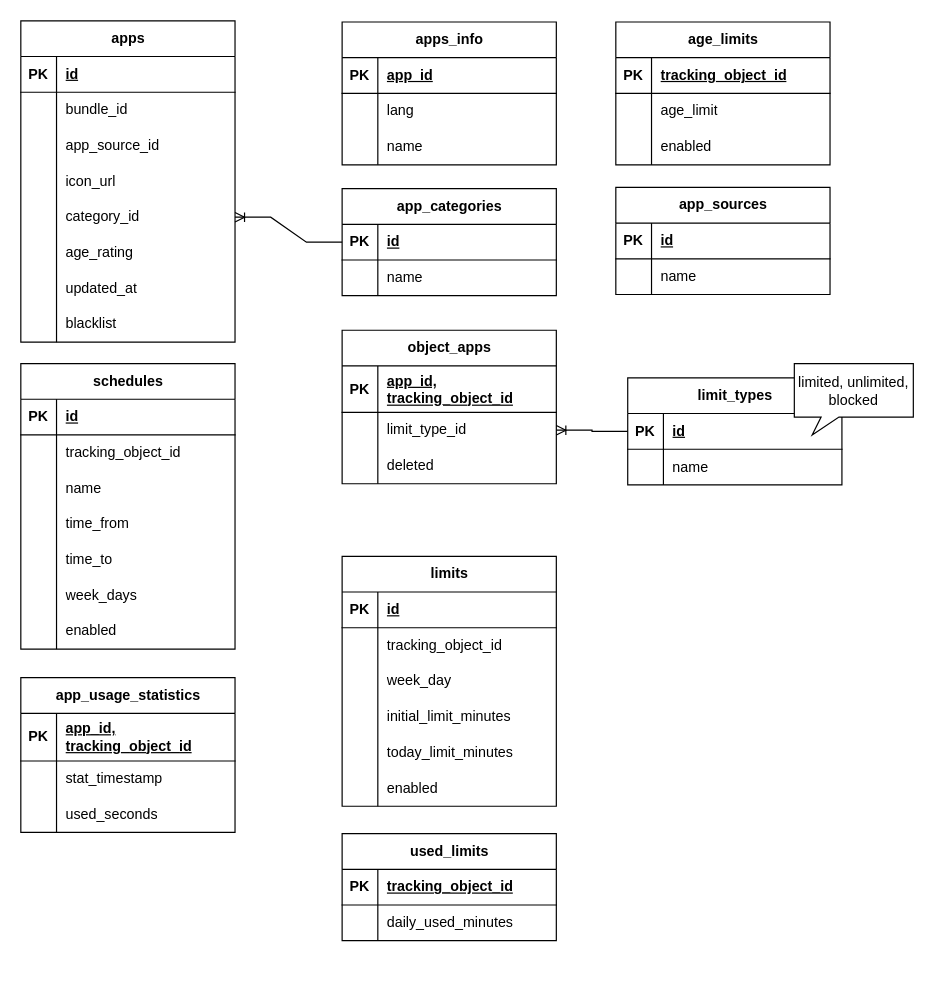
Above: Диаграмма без названия.drawio in satmurat/transfer (draw.io), before the change. Source tidied: cells renumbered, new cells numbered last; positions are measured from the earlier drawing's top-left corner, leaving out a move shared by most shapes. Both pictures are drawn from the tidied source at 119%, with x=0, y=0 at pixel (20, 20).
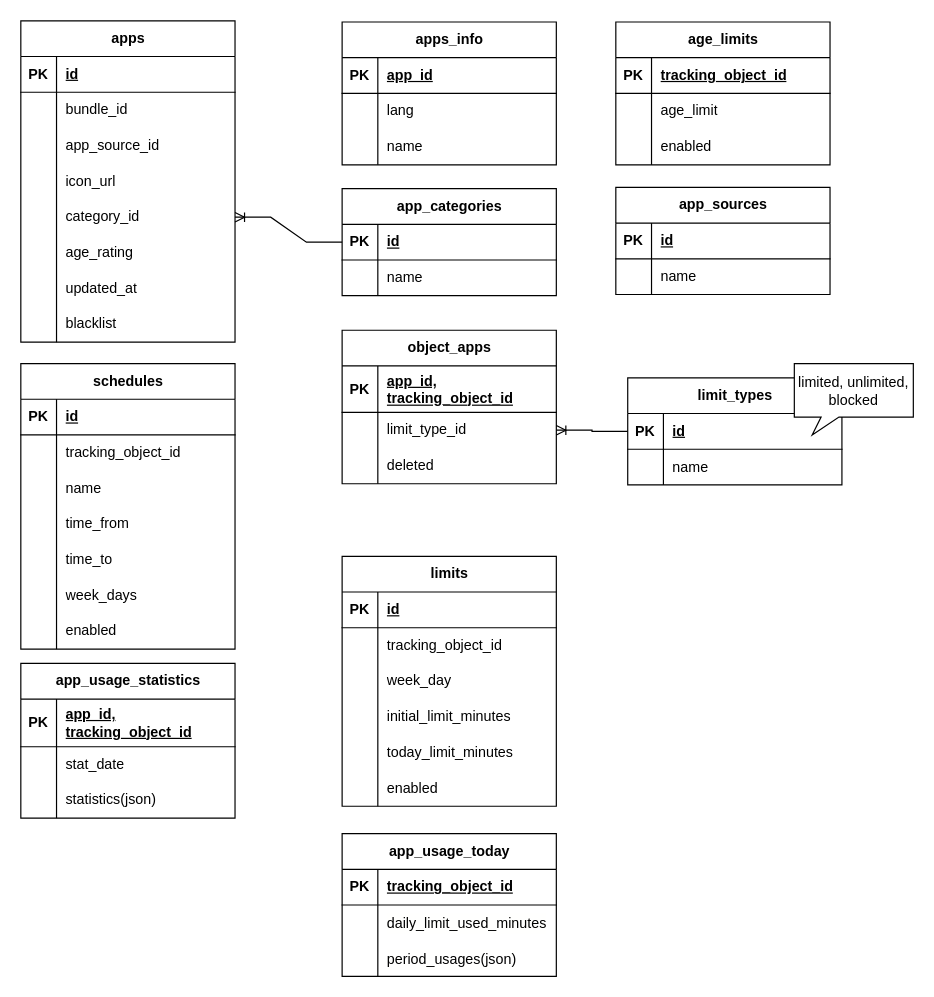
After the change.

The change refers to these unchanged cells:
```xml
<mxCell id="98" style="shape=tableRow;horizontal=0;startSize=0;swimlaneHead=0;swimlaneBody=0;fillColor=none;top=0;left=0;right=0;bottom=0;" parent="94" vertex="1">
  <mxGeometry y="60" width="180" height="30" as="geometry" />
</mxCell>
```

Change to the diagram source:
```diff
@@
-    <mxCell id="94" value="used_limits" style="shape=table;startSize=30;childLayout=tableLayout;rowLines=0;fontStyle=1;align=center;html=1;" parent="1" vertex="1">
-      <mxGeometry x="270" y="683" width="180" height="90" as="geometry" />
+    <mxCell id="94" value="app_usage_today" style="shape=table;startSize=30;childLayout=tableLayout;rowLines=0;fontStyle=1;align=center;html=1;" parent="1" vertex="1">
+      <mxGeometry x="270" y="683" width="180" height="120" as="geometry" />
     </mxCell>
@@
-    <mxCell id="100" value="daily_used_minutes" style="shape=partialRectangle;fillColor=none;top=0;left=0;bottom=0;right=0;align=left;spacingLeft=6;overflow=hidden;whiteSpace=wrap;html=1;" parent="98" vertex="1">
+    <mxCell id="100" value="&lt;div style=&quot;background-color: rgb(255, 255, 254); line-height: 18px;&quot;&gt;daily_limit_used_minutes&lt;/div&gt;" style="shape=partialRectangle;fillColor=none;top=0;left=0;bottom=0;right=0;align=left;spacingLeft=6;overflow=hidden;whiteSpace=wrap;html=1;" parent="98" vertex="1">
       <mxGeometry x="30" width="150" height="30" as="geometry" />
     </mxCell>
-    <mxCell id="101" value="app_usage_statistics" style="shape=table;startSize=30;childLayout=tableLayout;rowLines=0;fontStyle=1;align=center;html=1;" parent="1" vertex="1">
-      <mxGeometry y="552" width="180" height="130" as="geometry" />
-    </mxCell>
-    <mxCell id="102" style="shape=tableRow;horizontal=0;startSize=0;swimlaneHead=0;swimlaneBody=0;fillColor=none;top=0;left=0;right=0;bottom=1;" parent="101" vertex="1">
-      <mxGeometry y="30" width="180" height="40" as="geometry" />
-    </mxCell>
-    <mxCell id="103" value="PK" style="shape=partialRectangle;fillColor=none;top=0;left=0;bottom=0;right=0;fontStyle=1;overflow=hidden;whiteSpace=wrap;html=1;" parent="102" vertex="1">
-      <mxGeometry width="30" height="40" as="geometry" />
-    </mxCell>
-    <mxCell id="104" value="app_id, tracking_object_id" style="shape=partialRectangle;fillColor=none;top=0;left=0;bottom=0;right=0;align=left;spacingLeft=6;fontStyle=5;overflow=hidden;whiteSpace=wrap;html=1;" parent="102" vertex="1">
-      <mxGeometry x="30" width="150" height="40" as="geometry" />
-    </mxCell>
-    <mxCell id="105" style="shape=tableRow;horizontal=0;startSize=0;swimlaneHead=0;swimlaneBody=0;fillColor=none;top=0;left=0;right=0;bottom=0;" parent="101" vertex="1">
-      <mxGeometry y="70" width="180" height="30" as="geometry" />
-    </mxCell>
-    <mxCell id="106" style="shape=partialRectangle;fillColor=none;top=0;left=0;bottom=0;right=0;overflow=hidden;whiteSpace=wrap;html=1;" parent="105" vertex="1">
-      <mxGeometry width="30" height="30" as="geometry" />
-    </mxCell>
-    <mxCell id="107" value="stat_timestamp" style="shape=partialRectangle;fillColor=none;top=0;left=0;bottom=0;right=0;align=left;spacingLeft=6;overflow=hidden;whiteSpace=wrap;html=1;" parent="105" vertex="1">
-      <mxGeometry x="30" width="150" height="30" as="geometry" />
-    </mxCell>
-    <mxCell id="108" style="shape=tableRow;horizontal=0;startSize=0;swimlaneHead=0;swimlaneBody=0;fillColor=none;top=0;left=0;right=0;bottom=0;" parent="101" vertex="1">
-      <mxGeometry y="100" width="180" height="30" as="geometry" />
-    </mxCell>
-    <mxCell id="109" style="shape=partialRectangle;fillColor=none;top=0;left=0;bottom=0;right=0;overflow=hidden;whiteSpace=wrap;html=1;" parent="108" vertex="1">
-      <mxGeometry width="30" height="30" as="geometry" />
-    </mxCell>
-    <mxCell id="110" value="used_seconds" style="shape=partialRectangle;fillColor=none;top=0;left=0;bottom=0;right=0;align=left;spacingLeft=6;overflow=hidden;whiteSpace=wrap;html=1;" parent="108" vertex="1">
-      <mxGeometry x="30" width="150" height="30" as="geometry" />
-    </mxCell>
+    <mxCell id="141" style="shape=tableRow;horizontal=0;startSize=0;swimlaneHead=0;swimlaneBody=0;fillColor=none;top=0;left=0;right=0;bottom=0;" parent="94" vertex="1">
+      <mxGeometry y="90" width="180" height="30" as="geometry" />
+    </mxCell>
+    <mxCell id="142" style="shape=partialRectangle;fillColor=none;top=0;left=0;bottom=0;right=0;overflow=hidden;whiteSpace=wrap;html=1;" parent="141" vertex="1">
+      <mxGeometry width="30" height="30" as="geometry" />
+    </mxCell>
+    <mxCell id="143" value="&lt;div style=&quot;background-color: rgb(255, 255, 254); line-height: 18px;&quot;&gt;period_usages(json)&lt;/div&gt;" style="shape=partialRectangle;fillColor=none;top=0;left=0;bottom=0;right=0;align=left;spacingLeft=6;overflow=hidden;whiteSpace=wrap;html=1;" parent="141" vertex="1">
+      <mxGeometry x="30" width="150" height="30" as="geometry" />
+    </mxCell>
@@
+    <mxCell id="101" value="app_usage_statistics" style="shape=table;startSize=30;childLayout=tableLayout;rowLines=0;fontStyle=1;align=center;html=1;" parent="1" vertex="1">
+      <mxGeometry y="540" width="180" height="130" as="geometry" />
+    </mxCell>
+    <mxCell id="102" style="shape=tableRow;horizontal=0;startSize=0;swimlaneHead=0;swimlaneBody=0;fillColor=none;top=0;left=0;right=0;bottom=1;" parent="101" vertex="1">
+      <mxGeometry y="30" width="180" height="40" as="geometry" />
+    </mxCell>
+    <mxCell id="103" value="PK" style="shape=partialRectangle;fillColor=none;top=0;left=0;bottom=0;right=0;fontStyle=1;overflow=hidden;whiteSpace=wrap;html=1;" parent="102" vertex="1">
+      <mxGeometry width="30" height="40" as="geometry" />
+    </mxCell>
+    <mxCell id="104" value="app_id, tracking_object_id" style="shape=partialRectangle;fillColor=none;top=0;left=0;bottom=0;right=0;align=left;spacingLeft=6;fontStyle=5;overflow=hidden;whiteSpace=wrap;html=1;" parent="102" vertex="1">
+      <mxGeometry x="30" width="150" height="40" as="geometry" />
+    </mxCell>
+    <mxCell id="105" style="shape=tableRow;horizontal=0;startSize=0;swimlaneHead=0;swimlaneBody=0;fillColor=none;top=0;left=0;right=0;bottom=0;" parent="101" vertex="1">
+      <mxGeometry y="70" width="180" height="30" as="geometry" />
+    </mxCell>
+    <mxCell id="144" style="shape=partialRectangle;fillColor=none;top=0;left=0;bottom=0;right=0;overflow=hidden;whiteSpace=wrap;html=1;" parent="105" vertex="1">
+      <mxGeometry width="30" height="30" as="geometry" />
+    </mxCell>
+    <mxCell id="145" value="stat_date" style="shape=partialRectangle;fillColor=none;top=0;left=0;bottom=0;right=0;align=left;spacingLeft=6;overflow=hidden;whiteSpace=wrap;html=1;" parent="105" vertex="1">
+      <mxGeometry x="30" width="150" height="30" as="geometry" />
+    </mxCell>
+    <mxCell id="108" style="shape=tableRow;horizontal=0;startSize=0;swimlaneHead=0;swimlaneBody=0;fillColor=none;top=0;left=0;right=0;bottom=0;" parent="101" vertex="1">
+      <mxGeometry y="100" width="180" height="30" as="geometry" />
+    </mxCell>
+    <mxCell id="146" style="shape=partialRectangle;fillColor=none;top=0;left=0;bottom=0;right=0;overflow=hidden;whiteSpace=wrap;html=1;" parent="108" vertex="1">
+      <mxGeometry width="30" height="30" as="geometry" />
+    </mxCell>
+    <mxCell id="147" value="statistics(json)" style="shape=partialRectangle;fillColor=none;top=0;left=0;bottom=0;right=0;align=left;spacingLeft=6;overflow=hidden;whiteSpace=wrap;html=1;" parent="108" vertex="1">
+      <mxGeometry x="30" width="150" height="30" as="geometry" />
+    </mxCell>
```
